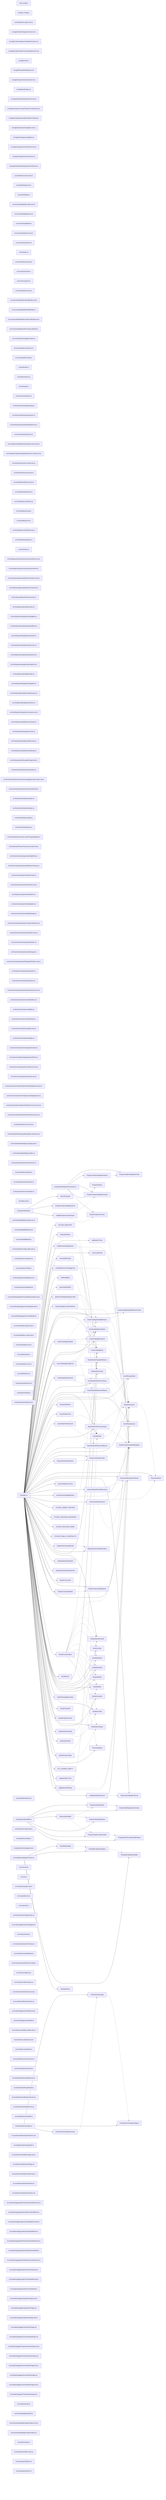
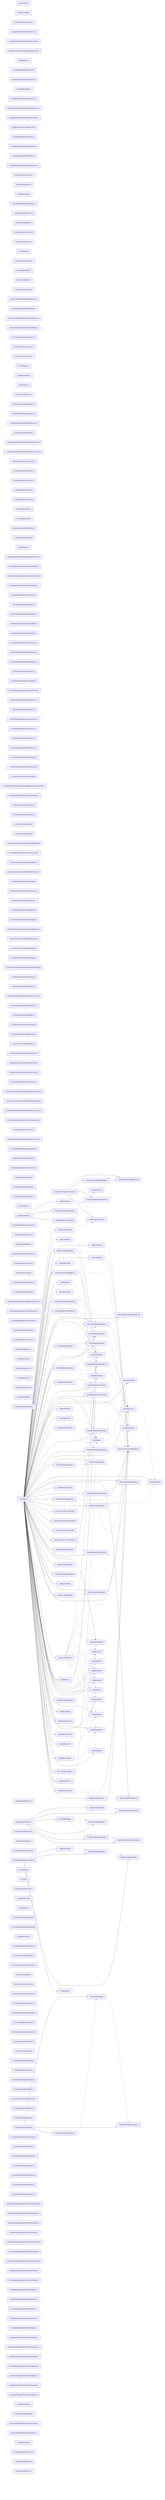
graph LR
  module_knip_config_ts["knip.config.ts"]
  module_paradox_config_ts["paradox.config.ts"]
  module_src_ankhAdmin_public_test_ts["src/ankhAdmin.public.test.ts"]
  module_src_app_CreateCategoriesScreen_tsx["src/app/CreateCategoriesScreen.tsx"]
  module_src_app_CreateCategoryTemplatesScreen_tsx["src/app/CreateCategoryTemplatesScreen.tsx"]
  module_src_app_CreateProjectFromTemplateScreen_tsx["src/app/CreateProjectFromTemplateScreen.tsx"]
  module_src_app_index_ts["src/app/index.ts"]
  module_src_app_ProjectDetailScreen_tsx["src/app/ProjectDetailScreen.tsx"]
  module_src_app_ProjectsOverviewScreen_tsx["src/app/ProjectsOverviewScreen.tsx"]
  module_src_app_StudioApp_tsx["src/app/StudioApp.tsx"]
  module_src_app_studioWorkspaceRoutes_test_ts["src/app/studioWorkspaceRoutes.test.ts"]
  module_src_app_workspace_createProjectFormState_test_ts["src/app/workspace/createProjectFormState.test.ts"]
  module_src_app_workspace_createProjectFormState_ts["src/app/workspace/createProjectFormState.ts"]
  module_src_app_workspace_navigation_test_ts["src/app/workspace/navigation.test.ts"]
  module_src_app_workspace_navigation_ts["src/app/workspace/navigation.ts"]
  module_src_app_workspace_routeParams_test_ts["src/app/workspace/routeParams.test.ts"]
  module_src_app_workspace_routeParams_ts["src/app/workspace/routeParams.ts"]
  module_src_app_workspace_WorkspacePrimitives_tsx["src/app/workspace/WorkspacePrimitives.tsx"]
  module_src_authFlowContract_test_ts["src/authFlowContract.test.ts"]
  module_src_authSettings_test_ts["src/authSettings.test.ts"]
  module_src_authSettings_ts["src/authSettings.ts"]
  module_src_canvasDragModel_public_test_ts["src/canvasDragModel.public.test.ts"]
  module_src_canvasDragModel_test_ts["src/canvasDragModel.test.ts"]
  module_src_canvasDragModel_ts["src/canvasDragModel.ts"]
  module_src_canvasDropZones_test_ts["src/canvasDropZones.test.ts"]
  module_src_canvasDropZones_ts["src/canvasDropZones.ts"]
  module_src_cli_index_ts["src/cli/index.ts"]
  module_src_contractGuards_test_ts["src/contractGuards.test.ts"]
  module_src_contractGuards_ts["src/contractGuards.ts"]
  module_src_core_constants_ts["src/core/constants.ts"]
  module_src_core_StudioContext_ts["src/core/StudioContext.ts"]
  module_src_core_studioManifestDraftModel_test_ts["src/core/studioManifestDraftModel.test.ts"]
  module_src_core_studioManifestDraftModel_ts["src/core/studioManifestDraftModel.ts"]
  module_src_core_studioManifestPersistenceModel_test_ts["src/core/studioManifestPersistenceModel.test.ts"]
  module_src_core_studioManifestPersistenceModel_ts["src/core/studioManifestPersistenceModel.ts"]
  module_src_core_studioPackageBoundary_ts["src/core/studioPackageBoundary.ts"]
  module_src_core_StudioProvider_test_ts["src/core/StudioProvider.test.ts"]
  module_src_core_StudioProvider_ts["src/core/StudioProvider.ts"]
  module_src_dnd_index_ts["src/dnd/index.ts"]
  module_src_dnd_primitives_ts["src/dnd/primitives.ts"]
  module_src_dnd_state_ts["src/dnd/state.ts"]
  module_src_hooks_useProjects_ts["src/hooks/useProjects.ts"]
  module_src_hooks_useTemplateCatalog_ts["src/hooks/useTemplateCatalog.ts"]
  module_src_hooks_useWorkspaceActions_ts["src/hooks/useWorkspaceActions.ts"]
  module_src_host_auth_projectAuthHealthService_ts["src/host/auth/projectAuthHealthService.ts"]
  module_src_host_createStudioHost_ts["src/host/createStudioHost.ts"]
  module_src_host_generatedAdminExpoWeb_smoke_test_ts["src/host/generatedAdminExpoWeb.smoke.test.ts"]
  module_src_host_generatedAuthAdapterRuntime_smoke_test_ts["src/host/generatedAuthAdapterRuntime.smoke.test.ts"]
  module_src_host_hostLifecycle_smoke_test_ts["src/host/hostLifecycle.smoke.test.ts"]
  module_src_host_hostOwnership_test_ts["src/host/hostOwnership.test.ts"]
  module_src_host_http_authRoutes_test_ts["src/host/http/authRoutes.test.ts"]
  module_src_host_http_authRoutes_ts["src/host/http/authRoutes.ts"]
  module_src_host_http_secretRoutes_ts["src/host/http/secretRoutes.ts"]
  module_src_host_http_security_ts["src/host/http/security.ts"]
  module_src_host_http_server_ts["src/host/http/server.ts"]
  module_src_host_http_serverWithSecrets_ts["src/host/http/serverWithSecrets.ts"]
  module_src_host_http_standalone_ts["src/host/http/standalone.ts"]
  module_src_host_index_ts["src/host/index.ts"]
  module_src_host_layout_auth_resolveAuthLayoutPlan_test_ts["src/host/layout/auth/resolveAuthLayoutPlan.test.ts"]
  module_src_host_layout_auth_resolveAuthLayoutPlan_ts["src/host/layout/auth/resolveAuthLayoutPlan.ts"]
  module_src_host_layout_generatedImportComposer_test_ts["src/host/layout/generatedImportComposer.test.ts"]
  module_src_host_layout_generatedImportComposer_ts["src/host/layout/generatedImportComposer.ts"]
  module_src_host_layout_layoutGenerator_test_ts["src/host/layout/layoutGenerator.test.ts"]
  module_src_host_layout_layoutGenerator_ts["src/host/layout/layoutGenerator.ts"]
  module_src_host_layout_templates_auth_adapter_ts["src/host/layout/templates/auth/adapter.ts"]
  module_src_host_layout_templates_auth_callback_ts["src/host/layout/templates/auth/callback.ts"]
  module_src_host_layout_templates_auth_oauth_ts["src/host/layout/templates/auth/oauth.ts"]
  module_src_host_layout_templates_auth_screen_ts["src/host/layout/templates/auth/screen.ts"]
  module_src_host_layout_templates_auth_session_ts["src/host/layout/templates/auth/session.ts"]
  module_src_host_layout_templates_auth_signOut_ts["src/host/layout/templates/auth/signOut.ts"]
  module_src_host_layout_templates_index_ts["src/host/layout/templates/index.ts"]
  module_src_host_layout_templates_navigation_ts["src/host/layout/templates/navigation.ts"]
+   module_src_host_layout_templates_nestedLayout_test_ts["src/host/layout/templates/nestedLayout.test.ts"]
  module_src_host_layout_templates_nestedLayout_ts["src/host/layout/templates/nestedLayout.ts"]
  module_src_host_layout_templates_redirect_ts["src/host/layout/templates/redirect.ts"]
  module_src_host_layout_templates_rootLayout_test_ts["src/host/layout/templates/rootLayout.test.ts"]
  module_src_host_layout_templates_rootLayout_ts["src/host/layout/templates/rootLayout.ts"]
  module_src_host_layout_templates_screen_ts["src/host/layout/templates/screen.ts"]
  module_src_host_layout_templates_utils_routes_ts["src/host/layout/templates/utils/routes.ts"]
  module_src_host_layout_templates_utils_strings_ts["src/host/layout/templates/utils/strings.ts"]
  module_src_host_layout_utils_escapeStringLiteral_ts["src/host/layout/utils/escapeStringLiteral.ts"]
  module_src_host_manifestSystem_auth_index_ts["src/host/manifestSystem/auth/index.ts"]
  module_src_host_manifestSystem_auth_shared_global_auth_system_tpl_ts["src/host/manifestSystem/auth/shared/global.auth.system.tpl.ts"]
  module_src_host_manifestSystem_auth_shared_index_ts["src/host/manifestSystem/auth/shared/index.ts"]
  module_src_host_manifestSystem_index_ts["src/host/manifestSystem/index.ts"]
  module_src_host_manifestSystem_types_ts["src/host/manifestSystem/types.ts"]
  module_src_host_modules_catalog_ts["src/host/modules/catalog.ts"]
  module_src_host_modules_layout_ts["src/host/modules/layout.ts"]
  module_src_host_modules_runtime_LocalFsTargetAdapter_ts["src/host/modules/runtime/LocalFsTargetAdapter.ts"]
  module_src_host_oauthFixtureConsumer_smoke_test_ts["src/host/oauthFixtureConsumer.smoke.test.ts"]
  module_src_host_orchestrator_generatedAppFiles_ts["src/host/orchestrator/generatedAppFiles.ts"]
  module_src_host_orchestrator_generatedRouteCleanup_ts["src/host/orchestrator/generatedRouteCleanup.ts"]
  module_src_host_orchestrator_infraGenerator_ts["src/host/orchestrator/infraGenerator.ts"]
  module_src_host_orchestrator_infraRuntime_test_ts["src/host/orchestrator/infraRuntime.test.ts"]
  module_src_host_orchestrator_infraRuntime_ts["src/host/orchestrator/infraRuntime.ts"]
  module_src_host_orchestrator_infraValidation_ts["src/host/orchestrator/infraValidation.ts"]
  module_src_host_orchestrator_moduleManager_ts["src/host/orchestrator/moduleManager.ts"]
  module_src_host_orchestrator_projectCreationSafety_test_ts["src/host/orchestrator/projectCreationSafety.test.ts"]
  module_src_host_orchestrator_projectDeletion_test_ts["src/host/orchestrator/projectDeletion.test.ts"]
  module_src_host_orchestrator_projectDeletion_ts["src/host/orchestrator/projectDeletion.ts"]
  module_src_host_orchestrator_projectManager_ts["src/host/orchestrator/projectManager.ts"]
  module_src_host_orchestrator_projectManagerDeletion_test_ts["src/host/orchestrator/projectManagerDeletion.test.ts"]
  module_src_host_orchestrator_projectPaths_ts["src/host/orchestrator/projectPaths.ts"]
  module_src_host_orchestrator_projectStore_ts["src/host/orchestrator/projectStore.ts"]
  module_src_host_orchestrator_projectStoreSummary_test_ts["src/host/orchestrator/projectStoreSummary.test.ts"]
  module_src_host_orchestrator_resolveMutations_ts["src/host/orchestrator/resolveMutations.ts"]
  module_src_host_orchestrator_scaffolder_ts["src/host/orchestrator/scaffolder.ts"]
  module_src_host_orchestrator_studioInfraUp_ts["src/host/orchestrator/studioInfraUp.ts"]
  module_src_host_orchestrator_templates_test_ts["src/host/orchestrator/templates.test.ts"]
  module_src_host_orchestrator_templates_ts["src/host/orchestrator/templates.ts"]
  module_src_host_orchestrator_workspaceRuntime_ts["src/host/orchestrator/workspaceRuntime.ts"]
  module_src_host_secrets_bunSupabaseVaultClient_ts["src/host/secrets/bunSupabaseVaultClient.ts"]
  module_src_host_secrets_projectSecretService_test_ts["src/host/secrets/projectSecretService.test.ts"]
  module_src_host_secrets_projectSecretService_ts["src/host/secrets/projectSecretService.ts"]
  module_src_host_secrets_resolveProjectSecretDatabaseUrl_test_ts["src/host/secrets/resolveProjectSecretDatabaseUrl.test.ts"]
  module_src_host_secrets_resolveProjectSecretDatabaseUrl_ts["src/host/secrets/resolveProjectSecretDatabaseUrl.ts"]
  module_src_host_secrets_trustedOAuthInfraEnvironment_test_ts["src/host/secrets/trustedOAuthInfraEnvironment.test.ts"]
  module_src_host_secrets_trustedOAuthInfraEnvironment_ts["src/host/secrets/trustedOAuthInfraEnvironment.ts"]
  module_src_host_studioInfra_e2e_test_ts["src/host/studioInfra.e2e.test.ts"]
  module_src_host_studioWorkspaceExpoWeb_smoke_test_ts["src/host/studioWorkspaceExpoWeb.smoke.test.ts"]
  module_src_host_templateRegistry_catalog_test_ts["src/host/templateRegistry/catalog.test.ts"]
  module_src_host_templateRegistry_index_ts["src/host/templateRegistry/index.ts"]
  module_src_host_utils_requirementsInference_ts["src/host/utils/requirementsInference.ts"]
  module_src_host_utils_trimOutput_ts["src/host/utils/trimOutput.ts"]
  module_src_host_utils_workspaceRoot_ts["src/host/utils/workspaceRoot.ts"]
  module_src_host_zoraExtensions_index_ts["src/host/zoraExtensions/index.ts"]
  module_src_index_test_ts["src/index.test.ts"]
  module_src_index_ts["src/index.ts"]
  module_src_insertModalModel_public_test_ts["src/insertModalModel.public.test.ts"]
  module_src_insertModalModel_test_ts["src/insertModalModel.test.ts"]
  module_src_insertModalModel_ts["src/insertModalModel.ts"]
  module_src_localizationConfig_public_test_ts["src/localizationConfig.public.test.ts"]
  module_src_localizationConfig_test_ts["src/localizationConfig.test.ts"]
  module_src_localizationConfig_ts["src/localizationConfig.ts"]
  module_src_localizationPanelModel_test_ts["src/localizationPanelModel.test.ts"]
  module_src_localizationPanelModel_ts["src/localizationPanelModel.ts"]
  module_src_manifestNavigatorPreviewModel_public_test_ts["src/manifestNavigatorPreviewModel.public.test.ts"]
  module_src_manifestNavigatorPreviewModel_test_ts["src/manifestNavigatorPreviewModel.test.ts"]
  module_src_manifestNavigatorPreviewModel_ts["src/manifestNavigatorPreviewModel.ts"]
  module_src_manifestState_public_test_ts["src/manifestState.public.test.ts"]
  module_src_manifestState_routes_test_ts["src/manifestState.routes.test.ts"]
  module_src_manifestState_test_ts["src/manifestState.test.ts"]
  module_src_manifestState_ts["src/manifestState.ts"]
  module_src_manifestSync_test_ts["src/manifestSync.test.ts"]
  module_src_manifestSync_ts["src/manifestSync.ts"]
  module_src_projectAuthApi_test_ts["src/projectAuthApi.test.ts"]
  module_src_projectAuthApi_ts["src/projectAuthApi.ts"]
  module_src_projectAuthHealth_test_ts["src/projectAuthHealth.test.ts"]
  module_src_projectAuthHealth_ts["src/projectAuthHealth.ts"]
  module_src_projectIdentity_test_ts["src/projectIdentity.test.ts"]
  module_src_projectIdentity_ts["src/projectIdentity.ts"]
  module_src_projectSecretApi_test_ts["src/projectSecretApi.test.ts"]
  module_src_projectSecretApi_ts["src/projectSecretApi.ts"]
  module_src_projectSecretUsage_test_ts["src/projectSecretUsage.test.ts"]
  module_src_projectSecretUsage_ts["src/projectSecretUsage.ts"]
  module_src_projectWorkspaceContracts_ts["src/projectWorkspaceContracts.ts"]
  module_src_root_test_ts["src/root.test.ts"]
  module_src_root_ts["src/root.ts"]
  module_src_routeUtils_public_test_ts["src/routeUtils.public.test.ts"]
  module_src_routeUtils_test_ts["src/routeUtils.test.ts"]
  module_src_routeUtils_ts["src/routeUtils.ts"]
  module_src_runtime_actionSuppression_ts["src/runtime/actionSuppression.ts"]
  module_src_runtime_appExtensionRegistry_ts["src/runtime/appExtensionRegistry.ts"]
  module_src_runtime_index_ts["src/runtime/index.ts"]
  module_src_runtime_localizationPreview_ts["src/runtime/localizationPreview.ts"]
  module_src_runtime_previewRegistry_ts["src/runtime/previewRegistry.ts"]
  module_src_runtime_previewRuntimeConfig_ts["src/runtime/previewRuntimeConfig.ts"]
  module_src_runtime_registry_tsx["src/runtime/registry.tsx"]
  module_src_runtime_runtimeActions_ts["src/runtime/runtimeActions.ts"]
  module_src_runtime_runtimeSurface_test_ts["src/runtime/runtimeSurface.test.ts"]
  module_src_runtime_useRuntimeAction_ts["src/runtime/useRuntimeAction.ts"]
  module_src_runtimeDiagnosticsModel_test_ts["src/runtimeDiagnosticsModel.test.ts"]
  module_src_runtimeDiagnosticsModel_ts["src/runtimeDiagnosticsModel.ts"]
  module_src_runtimeLocalization_public_test_ts["src/runtimeLocalization.public.test.ts"]
  module_src_runtimeLocalization_test_ts["src/runtimeLocalization.test.ts"]
  module_src_runtimeLocalization_ts["src/runtimeLocalization.ts"]
  module_src_secretResponseGuard_test_ts["src/secretResponseGuard.test.ts"]
  module_src_secretResponseGuard_ts["src/secretResponseGuard.ts"]
  module_src_studioAdminRouteModel_test_ts["src/studioAdminRouteModel.test.ts"]
  module_src_studioAdminRouteModel_ts["src/studioAdminRouteModel.ts"]
  module_src_studioSelectionModel_knip_test_ts["src/studioSelectionModel.knip.test.ts"]
  module_src_studioSelectionModel_test_ts["src/studioSelectionModel.test.ts"]
  module_src_studioSelectionModel_ts["src/studioSelectionModel.ts"]
  module_src_templateCatalogContracts_ts["src/templateCatalogContracts.ts"]
  module_src_ui_admin_adminPagePrimitives_tsx["src/ui/admin/adminPagePrimitives.tsx"]
  module_src_ui_admin_adminPageUtils_ts["src/ui/admin/adminPageUtils.ts"]
  module_src_ui_admin_AnkhAdminPage_test_ts["src/ui/admin/AnkhAdminPage.test.ts"]
  module_src_ui_admin_AnkhAdminPage_tsx["src/ui/admin/AnkhAdminPage.tsx"]
  module_src_ui_admin_AnkhAdminShell_test_ts["src/ui/admin/AnkhAdminShell.test.ts"]
  module_src_ui_admin_AnkhAdminShell_tsx["src/ui/admin/AnkhAdminShell.tsx"]
  module_src_ui_admin_AuthAdminSession_tsx["src/ui/admin/AuthAdminSession.tsx"]
  module_src_ui_admin_pages_adminAuthCredentialFlow_test_ts["src/ui/admin/pages/adminAuthCredentialFlow.test.ts"]
  module_src_ui_admin_pages_adminAuthCredentialFlow_ts["src/ui/admin/pages/adminAuthCredentialFlow.ts"]
  module_src_ui_admin_pages_adminAuthHealthFlow_test_ts["src/ui/admin/pages/adminAuthHealthFlow.test.ts"]
  module_src_ui_admin_pages_adminAuthHealthFlow_ts["src/ui/admin/pages/adminAuthHealthFlow.ts"]
  module_src_ui_admin_pages_adminAuthSessionModel_test_ts["src/ui/admin/pages/adminAuthSessionModel.test.ts"]
  module_src_ui_admin_pages_adminAuthSessionModel_ts["src/ui/admin/pages/adminAuthSessionModel.ts"]
  module_src_ui_admin_pages_adminDataSourceOperations_ts["src/ui/admin/pages/adminDataSourceOperations.ts"]
  module_src_ui_admin_pages_adminThemeHarmony_ts["src/ui/admin/pages/adminThemeHarmony.ts"]
  module_src_ui_admin_pages_adminThemeModel_test_ts["src/ui/admin/pages/adminThemeModel.test.ts"]
  module_src_ui_admin_pages_adminThemeModel_ts["src/ui/admin/pages/adminThemeModel.ts"]
  module_src_ui_admin_pages_ApisAdminPage_test_ts["src/ui/admin/pages/ApisAdminPage.test.ts"]
  module_src_ui_admin_pages_ApisAdminPage_tsx["src/ui/admin/pages/ApisAdminPage.tsx"]
  module_src_ui_admin_pages_AuthAdminPage_test_ts["src/ui/admin/pages/AuthAdminPage.test.ts"]
  module_src_ui_admin_pages_AuthAdminPage_tsx["src/ui/admin/pages/AuthAdminPage.tsx"]
  module_src_ui_admin_pages_OverviewAdminPage_tsx["src/ui/admin/pages/OverviewAdminPage.tsx"]
  module_src_ui_admin_pages_PropertiesAdminPage_test_ts["src/ui/admin/pages/PropertiesAdminPage.test.ts"]
  module_src_ui_admin_pages_PropertiesAdminPage_tsx["src/ui/admin/pages/PropertiesAdminPage.tsx"]
  module_src_ui_admin_pages_SecretsAdminPage_test_ts["src/ui/admin/pages/SecretsAdminPage.test.ts"]
  module_src_ui_admin_pages_SecretsAdminPage_tsx["src/ui/admin/pages/SecretsAdminPage.tsx"]
  module_src_ui_admin_pages_ThemeAdminPage_test_ts["src/ui/admin/pages/ThemeAdminPage.test.ts"]
  module_src_ui_admin_pages_ThemeAdminPage_tsx["src/ui/admin/pages/ThemeAdminPage.tsx"]
  module_src_ui_AnkhStudio_ts["src/ui/AnkhStudio.ts"]
  module_src_ui_studioAppBarModel_ts["src/ui/studioAppBarModel.ts"]
  module_src_ui_useStudioAppBarAugmentation_test_ts["src/ui/useStudioAppBarAugmentation.test.ts"]
  module_src_ui_useStudioAppBarAugmentation_ts["src/ui/useStudioAppBarAugmentation.ts"]
  module_src_utils_treeUtils_ts["src/utils/treeUtils.ts"]
  module_src_workspacePlatform_test_ts["src/workspacePlatform.test.ts"]
  module_src_workspacePlatform_ts["src/workspacePlatform.ts"]
  module_src_workspaceSearch_ts["src/workspaceSearch.ts"]
  export_ACTION_REGISTRY["ACTION_REGISTRY"]
  module_src_index_ts --> export_ACTION_REGISTRY
  export_ActionDefinition["ActionDefinition"]
  module_src_index_ts --> export_ActionDefinition
  export_ActionDefinition -.-> export_StudioActionPayloadSchema
  export_addNodeToTree["addNodeToTree"]
  module_src_index_ts --> export_addNodeToTree
  export_addNodeToTree -.-> export_StudioComponentMetaRegistry
  export_buildInsertCatalogEntries["buildInsertCatalogEntries"]
  module_src_index_ts --> export_buildInsertCatalogEntries
  export_buildInsertCatalogEntries -.-> export_InsertCatalogEntry
  export_buildInsertCatalogEntries -.-> export_InsertRecipe
  export_buildInsertCatalogEntries -.-> export_StudioComponentMetaRegistry
  export_canAcceptChild["canAcceptChild"]
  module_src_index_ts --> export_canAcceptChild
  export_canAcceptChild -.-> export_StudioComponentMetaRegistry
  export_cloneWithNewIds["cloneWithNewIds"]
  module_src_index_ts --> export_cloneWithNewIds
  export_cloneWithNewIds -.-> export_StudioIdGenerator
  export_createNodeFromCatalogEntry["createNodeFromCatalogEntry"]
  module_src_index_ts --> export_createNodeFromCatalogEntry
  export_createNodeFromCatalogEntry -.-> export_InsertCatalogEntry
  export_createNodeFromCatalogEntry -.-> export_StudioComponentMetaRegistry
  export_createNodeFromCatalogEntry -.-> export_StudioIdGenerator
  export_deriveProjectId["deriveProjectId"]
  module_src_projectIdentity_ts --> export_deriveProjectId
  export_findNodeById["findNodeById"]
  module_src_index_ts --> export_findNodeById
  export_generateStudioId["generateStudioId"]
  module_src_index_ts --> export_generateStudioId
  export_getInsertCatalogCategoryLabel["getInsertCatalogCategoryLabel"]
  module_src_index_ts --> export_getInsertCatalogCategoryLabel
  export_InsertCatalogComponentEntry["InsertCatalogComponentEntry"]
  module_src_index_ts --> export_InsertCatalogComponentEntry
  export_InsertCatalogComponentEntry -.-> export_InsertCatalogDisabledReason
  export_InsertCatalogComponentEntry -.-> export_InsertCatalogEntryStatus
  export_InsertCatalogComponentEntry -.-> export_NodePlacement
  export_InsertCatalogDisabledReason["InsertCatalogDisabledReason"]
  module_src_index_ts --> export_InsertCatalogDisabledReason
  export_InsertCatalogDisabledReason -.-> export_InsertCatalogDisabledReasonCode
  export_InsertCatalogDisabledReason -.-> export_InsertRecipeIssue
  export_InsertCatalogDisabledReasonCode["InsertCatalogDisabledReasonCode"]
  module_src_index_ts --> export_InsertCatalogDisabledReasonCode
  export_InsertCatalogEntry["InsertCatalogEntry"]
  module_src_index_ts --> export_InsertCatalogEntry
  export_InsertCatalogEntryBase["InsertCatalogEntryBase"]
  module_src_index_ts --> export_InsertCatalogEntryBase
  export_InsertCatalogEntryBase -.-> export_InsertCatalogDisabledReason
  export_InsertCatalogEntryBase -.-> export_InsertCatalogEntryKind
  export_InsertCatalogEntryBase -.-> export_InsertCatalogEntryStatus
  export_InsertCatalogEntryBase -.-> export_NodePlacement
  export_InsertCatalogEntryKind["InsertCatalogEntryKind"]
  module_src_index_ts --> export_InsertCatalogEntryKind
  export_InsertCatalogEntryStatus["InsertCatalogEntryStatus"]
  module_src_index_ts --> export_InsertCatalogEntryStatus
  export_InsertCatalogRecipeEntry["InsertCatalogRecipeEntry"]
  module_src_index_ts --> export_InsertCatalogRecipeEntry
  export_InsertCatalogRecipeEntry -.-> export_InsertCatalogDisabledReason
  export_InsertCatalogRecipeEntry -.-> export_InsertCatalogEntryStatus
  export_InsertCatalogRecipeEntry -.-> export_InsertRecipe
  export_InsertCatalogRecipeEntry -.-> export_NodePlacement
  export_insertNodeAtPlacement["insertNodeAtPlacement"]
  module_src_index_ts --> export_insertNodeAtPlacement
  export_insertNodeAtPlacement -.-> export_InsertNodeAtPlacementArgs
  export_insertNodeAtPlacement -.-> export_InsertNodeAtPlacementResult
  export_InsertNodeAtPlacementArgs["InsertNodeAtPlacementArgs"]
  module_src_index_ts --> export_InsertNodeAtPlacementArgs
  export_InsertNodeAtPlacementArgs -.-> export_NodePlacement
  export_InsertNodeAtPlacementArgs -.-> export_StudioComponentMetaRegistry
  export_InsertNodeAtPlacementResult["InsertNodeAtPlacementResult"]
  module_src_index_ts --> export_InsertNodeAtPlacementResult
  export_InsertRecipe["InsertRecipe"]
  module_src_index_ts --> export_InsertRecipe
  export_InsertRecipe -.-> export_InsertRecipeNode
  export_InsertRecipeIssue["InsertRecipeIssue"]
  module_src_index_ts --> export_InsertRecipeIssue
  export_InsertRecipeNode["InsertRecipeNode"]
  module_src_index_ts --> export_InsertRecipeNode
  export_ModuleDefinition["ModuleDefinition"]
  module_src_index_ts --> export_ModuleDefinition
  export_moveNodeInTree["moveNodeInTree"]
  module_src_index_ts --> export_moveNodeInTree
  export_moveNodeToPlacement["moveNodeToPlacement"]
  module_src_index_ts --> export_moveNodeToPlacement
  export_moveNodeToPlacement -.-> export_MoveNodeToPlacementArgs
  export_moveNodeToPlacement -.-> export_MoveNodeToPlacementResult
  export_MoveNodeToPlacementArgs["MoveNodeToPlacementArgs"]
  module_src_index_ts --> export_MoveNodeToPlacementArgs
  export_MoveNodeToPlacementArgs -.-> export_NodePlacement
  export_MoveNodeToPlacementArgs -.-> export_StudioComponentMetaRegistry
  export_MoveNodeToPlacementResult["MoveNodeToPlacementResult"]
  module_src_index_ts --> export_MoveNodeToPlacementResult
  export_NodePlacement["NodePlacement"]
  module_src_index_ts --> export_NodePlacement
  export_NodePlacement -.-> export_PlacementKind
  export_PlacementFailureCode["PlacementFailureCode"]
  module_src_index_ts --> export_PlacementFailureCode
  export_PlacementFailureReason["PlacementFailureReason"]
  module_src_index_ts --> export_PlacementFailureReason
  export_PlacementFailureReason -.-> export_PlacementFailureCode
  export_PlacementKind["PlacementKind"]
  module_src_index_ts --> export_PlacementKind
  export_PlacementResolutionResult["PlacementResolutionResult"]
  module_src_index_ts --> export_PlacementResolutionResult
  export_PlacementValidationResult["PlacementValidationResult"]
  module_src_index_ts --> export_PlacementValidationResult
  export_ProjectAuthDiagnostic["ProjectAuthDiagnostic"]
  module_src_projectAuthHealth_ts --> export_ProjectAuthDiagnostic
  export_ProjectAuthDiagnostic -.-> export_ProjectAuthDiagnosticSeverity
  export_ProjectAuthDiagnosticSeverity["ProjectAuthDiagnosticSeverity"]
  module_src_projectAuthHealth_ts --> export_ProjectAuthDiagnosticSeverity
  export_ProjectAuthHealth["ProjectAuthHealth"]
  module_src_projectAuthHealth_ts --> export_ProjectAuthHealth
  export_ProjectAuthHealth -.-> export_ProjectAuthDiagnostic
  export_ProjectAuthHealth -.-> export_ProjectAuthHealthStatus
  export_ProjectAuthHealth -.-> export_ProjectOAuthProviderHealth
  export_ProjectAuthHealthStatus["ProjectAuthHealthStatus"]
  module_src_projectAuthHealth_ts --> export_ProjectAuthHealthStatus
  export_ProjectCreationValidationCode["ProjectCreationValidationCode"]
  module_src_projectWorkspaceContracts_ts --> export_ProjectCreationValidationCode
  export_ProjectCreationValidationError["ProjectCreationValidationError"]
  module_src_projectIdentity_ts --> export_ProjectCreationValidationError
  export_ProjectCreationValidationFailure["ProjectCreationValidationFailure"]
  module_src_projectWorkspaceContracts_ts --> export_ProjectCreationValidationFailure
  export_ProjectCreationValidationFailure -.-> export_ProjectCreationValidationCode
  export_ProjectCreationValidationResult["ProjectCreationValidationResult"]
  module_src_projectWorkspaceContracts_ts --> export_ProjectCreationValidationResult
  export_ProjectOAuthProviderHealth["ProjectOAuthProviderHealth"]
  module_src_projectAuthHealth_ts --> export_ProjectOAuthProviderHealth
  export_ProjectOAuthProviderHealth -.-> export_ProjectOAuthProviderHealthStatus
  export_ProjectOAuthProviderHealthStatus["ProjectOAuthProviderHealthStatus"]
  module_src_projectAuthHealth_ts --> export_ProjectOAuthProviderHealthStatus
  export_ProjectSecretUsage["ProjectSecretUsage"]
  module_src_projectSecretUsage_ts --> export_ProjectSecretUsage
  export_ProjectSecretUsage -.-> export_ProjectSecretUsageCategory
  export_ProjectSecretUsageCategory["ProjectSecretUsageCategory"]
  module_src_projectSecretUsage_ts --> export_ProjectSecretUsageCategory
  export_ProjectSecretUsageSummary["ProjectSecretUsageSummary"]
  module_src_projectSecretUsage_ts --> export_ProjectSecretUsageSummary
  export_ProjectSecretUsageSummary -.-> export_ProjectSecretUsage
  export_ProjectSortKey["ProjectSortKey"]
  module_src_projectWorkspaceContracts_ts --> export_ProjectSortKey
  export_removeNodeFromTree["removeNodeFromTree"]
  module_src_index_ts --> export_removeNodeFromTree
  export_resolveDefaultInsertPlacement["resolveDefaultInsertPlacement"]
  module_src_index_ts --> export_resolveDefaultInsertPlacement
  export_resolveDefaultInsertPlacement -.-> export_PlacementResolutionResult
  export_resolveDefaultInsertPlacement -.-> export_StudioComponentMetaRegistry
  export_resolveInsertCatalogEntries["resolveInsertCatalogEntries"]
  module_src_index_ts --> export_resolveInsertCatalogEntries
  export_resolveInsertCatalogEntries -.-> export_InsertCatalogEntry
  export_resolveInsertCatalogEntries -.-> export_StudioComponentMetaRegistry
  export_resolveInsertPlacement["resolveInsertPlacement"]
  module_src_index_ts --> export_resolveInsertPlacement
  export_resolveInsertPlacement -.-> export_PlacementKind
  export_resolveInsertPlacement -.-> export_PlacementResolutionResult
  export_resolveInsertPlacement -.-> export_StudioComponentMetaRegistry
  export_STUDIO_INSERT_RECIPES["STUDIO_INSERT_RECIPES"]
  module_src_index_ts --> export_STUDIO_INSERT_RECIPES
  export_STUDIO_PACKAGE_BOUNDARY["STUDIO_PACKAGE_BOUNDARY"]
  module_src_index_ts --> export_STUDIO_PACKAGE_BOUNDARY
  export_STUDIO_PACKAGE_NAME["STUDIO_PACKAGE_NAME"]
  module_src_index_ts --> export_STUDIO_PACKAGE_NAME
  export_STUDIO_PUBLIC_CONTRACTS["STUDIO_PUBLIC_CONTRACTS"]
  module_src_index_ts --> export_STUDIO_PUBLIC_CONTRACTS
  export_StudioActionPayloadField["StudioActionPayloadField"]
  module_src_index_ts --> export_StudioActionPayloadField
  export_StudioActionPayloadField -.-> export_StudioActionPayloadPrimitive
  export_StudioActionPayloadPrimitive["StudioActionPayloadPrimitive"]
  module_src_index_ts --> export_StudioActionPayloadPrimitive
  export_StudioActionPayloadSchema["StudioActionPayloadSchema"]
  module_src_index_ts --> export_StudioActionPayloadSchema
  export_StudioAdminRouteId["StudioAdminRouteId"]
  module_src_index_ts --> export_StudioAdminRouteId
  export_StudioAdminRoutePath["StudioAdminRoutePath"]
  module_src_index_ts --> export_StudioAdminRoutePath
  export_StudioAdminStaticRoutePath["StudioAdminStaticRoutePath"]
  module_src_index_ts --> export_StudioAdminStaticRoutePath
  export_StudioCommand["StudioCommand"]
  module_src_index_ts --> export_StudioCommand
  export_StudioComponentBlueprint["StudioComponentBlueprint"]
  module_src_index_ts --> export_StudioComponentBlueprint
  export_StudioComponentMeta["StudioComponentMeta"]
  module_src_index_ts --> export_StudioComponentMeta
  export_StudioComponentMeta -.-> export_StudioComponentBlueprint
  export_StudioComponentMetaRegistry["StudioComponentMetaRegistry"]
  module_src_index_ts --> export_StudioComponentMetaRegistry
  export_StudioContextValue["StudioContextValue"]
  module_src_index_ts --> export_StudioContextValue
  export_StudioContextValue -.-> export_InsertCatalogEntry
  export_StudioContextValue -.-> export_NodePlacement
  export_StudioContextValue -.-> export_StudioAdminRouteId
  export_StudioContextValue -.-> export_StudioLocale
  export_StudioContextValue -.-> export_StudioManifest
  export_StudioContextValue -.-> export_StudioMode
  export_StudioContextValue -.-> export_StudioModuleId
  export_StudioContextValue -.-> export_StudioNodeId
  export_StudioContextValue -.-> export_StudioPanelId
  export_StudioContextValue -.-> export_StudioSaveStatus
  export_StudioContextValue -.-> export_StudioScreenId
  export_StudioContextValue -.-> export_ThemeUpdates
  export_StudioEvent["StudioEvent"]
  module_src_index_ts --> export_StudioEvent
  export_StudioIdGenerator["StudioIdGenerator"]
  module_src_index_ts --> export_StudioIdGenerator
  export_StudioLocale["StudioLocale"]
  module_src_index_ts --> export_StudioLocale
  export_StudioManifest["StudioManifest"]
  module_src_index_ts --> export_StudioManifest
  export_StudioMode["StudioMode"]
  module_src_index_ts --> export_StudioMode
  export_StudioModuleId["StudioModuleId"]
  module_src_index_ts --> export_StudioModuleId
  export_StudioNodeId["StudioNodeId"]
  module_src_index_ts --> export_StudioNodeId
  export_StudioPackageBoundary["StudioPackageBoundary"]
  module_src_index_ts --> export_StudioPackageBoundary
  export_StudioPanelId["StudioPanelId"]
  module_src_index_ts --> export_StudioPanelId
  export_StudioProjectId["StudioProjectId"]
  module_src_index_ts --> export_StudioProjectId
  export_StudioProjectSummary["StudioProjectSummary"]
  module_src_projectWorkspaceContracts_ts --> export_StudioProjectSummary
  export_StudioPublicContract["StudioPublicContract"]
  module_src_index_ts --> export_StudioPublicContract
  export_StudioSaveStatus["StudioSaveStatus"]
  module_src_index_ts --> export_StudioSaveStatus
  export_StudioScreenId["StudioScreenId"]
  module_src_index_ts --> export_StudioScreenId
  export_StudioSelectionState["StudioSelectionState"]
  module_src_index_ts --> export_StudioSelectionState
  export_StudioSelectionState -.-> export_StudioAdminRouteId
  export_StudioSelectionState -.-> export_StudioPanelId
  export_StudioSessionId["StudioSessionId"]
  module_src_index_ts --> export_StudioSessionId
  export_StudioSessionState["StudioSessionState"]
  module_src_index_ts --> export_StudioSessionState
  export_StudioSessionState -.-> export_StudioMode
  export_StudioSessionState -.-> export_StudioSaveStatus
  export_TemplateCatalog["TemplateCatalog"]
  module_src_templateCatalogContracts_ts --> export_TemplateCatalog
  export_TemplateCatalog -.-> export_TemplateCatalogCategory
  export_TemplateCatalogCategory["TemplateCatalogCategory"]
  module_src_templateCatalogContracts_ts --> export_TemplateCatalogCategory
  export_TemplateCatalogCategory -.-> export_TemplateCatalogTemplate
  export_TemplateCatalogTemplate["TemplateCatalogTemplate"]
  module_src_templateCatalogContracts_ts --> export_TemplateCatalogTemplate
  export_TemplateEntry["TemplateEntry"]
  module_src_templateCatalogContracts_ts --> export_TemplateEntry
  export_ThemeUpdates["ThemeUpdates"]
  module_src_index_ts --> export_ThemeUpdates
  export_TPL_SCREEN_EMPTY["TPL_SCREEN_EMPTY"]
  module_src_index_ts --> export_TPL_SCREEN_EMPTY
  export_updateNodeInTree["updateNodeInTree"]
  module_src_index_ts --> export_updateNodeInTree
  export_validateInsertRecipe["validateInsertRecipe"]
  module_src_index_ts --> export_validateInsertRecipe
  export_validateInsertRecipe -.-> export_InsertRecipe
  export_validateInsertRecipe -.-> export_InsertRecipeIssue
  export_validateInsertRecipe -.-> export_StudioComponentMetaRegistry
  export_validateNodePlacement["validateNodePlacement"]
  module_src_index_ts --> export_validateNodePlacement
  export_validateNodePlacement -.-> export_NodePlacement
  export_validateNodePlacement -.-> export_PlacementValidationResult
  export_validateNodePlacement -.-> export_StudioComponentMetaRegistry
  export_validateProjectCreationInput["validateProjectCreationInput"]
  module_src_projectIdentity_ts --> export_validateProjectCreationInput
  export_validateProjectCreationInput -.-> export_ProjectCreationValidationResult
  export_validateProjectCreationInput -.-> export_StudioProjectSummary
